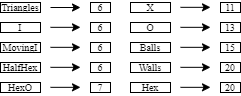
AdilovicUna/Space-run-AI keeps this draw.io diagram as Thesis/img/rot_values.png. Above is the earlier version. Source tidied: cells renumbered, new cells last; positions are measured from the earlier drawing's top-left corner, leaving out a move shared by most shapes.
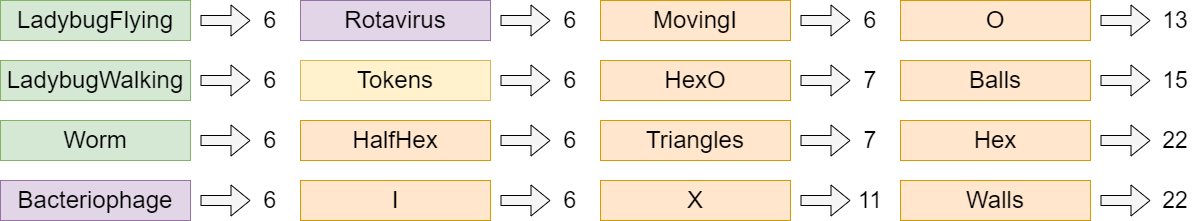
The same diagram one commit later.

What changed in the source:
```diff
@@ -2,140 +2,197 @@
   <root>
     <mxCell id="0" />
     <mxCell id="1" parent="0" />
+    <mxCell id="4" value="&lt;span style=&quot;font-size: 24px;&quot;&gt;HalfHex&lt;/span&gt;" style="rounded=0;whiteSpace=wrap;html=1;fillColor=#ffe6cc;strokeColor=#d79b00;" parent="1" vertex="1">
+      <mxGeometry x="-330" y="210" width="190" height="40" as="geometry" />
+    </mxCell>
+    <mxCell id="37" style="shape=flexArrow;endArrow=classic;html=1;rounded=0;fillColor=#f5f5f5;strokeColor=#000000;" parent="1" edge="1">
+      <mxGeometry relative="1" as="geometry">
+        <mxPoint x="-130" y="230" as="sourcePoint" />
+        <mxPoint x="-80" y="230" as="targetPoint" />
+      </mxGeometry>
+    </mxCell>
-    <mxCell id="2" value="I" style="rounded=0;whiteSpace=wrap;html=1;fontSize=10;fontFamily=Times New Roman;" parent="1" vertex="1">
-      <mxGeometry y="20" width="40" height="10" as="geometry" />
+    <mxCell id="2" value="&lt;span style=&quot;font-size: 24px;&quot;&gt;I&lt;/span&gt;" style="rounded=0;whiteSpace=wrap;html=1;fillColor=#ffe6cc;strokeColor=#d79b00;" parent="1" vertex="1">
+      <mxGeometry x="-330" y="270" width="190" height="40" as="geometry" />
     </mxCell>
+    <mxCell id="38" style="shape=flexArrow;endArrow=classic;html=1;rounded=0;fillColor=#f5f5f5;strokeColor=#000000;" parent="1" edge="1">
+      <mxGeometry relative="1" as="geometry">
+        <mxPoint x="-130" y="290" as="sourcePoint" />
+        <mxPoint x="-80" y="290" as="targetPoint" />
+      </mxGeometry>
+    </mxCell>
-    <mxCell id="3" value="MovingI" style="rounded=0;whiteSpace=wrap;html=1;fontSize=10;fontFamily=Times New Roman;" parent="1" vertex="1">
-      <mxGeometry y="40" width="40" height="10" as="geometry" />
+    <mxCell id="3" value="&lt;font style=&quot;font-size: 24px;&quot;&gt;MovingI&lt;/font&gt;" style="rounded=0;whiteSpace=wrap;html=1;fillColor=#ffe6cc;strokeColor=#d79b00;" parent="1" vertex="1">
+      <mxGeometry x="-30" y="90" width="190" height="40" as="geometry" />
     </mxCell>
-    <mxCell id="4" value="HalfHex" style="rounded=0;whiteSpace=wrap;html=1;fontSize=10;fontFamily=Times New Roman;" parent="1" vertex="1">
-      <mxGeometry y="60" width="40" height="10" as="geometry" />
-    </mxCell>
+    <mxCell id="39" style="shape=flexArrow;endArrow=classic;html=1;rounded=0;fillColor=#f5f5f5;strokeColor=#000000;" parent="1" edge="1">
+      <mxGeometry relative="1" as="geometry">
+        <mxPoint x="170" y="110" as="sourcePoint" />
+        <mxPoint x="220" y="110" as="targetPoint" />
+      </mxGeometry>
+    </mxCell>
-    <mxCell id="5" value="HexO" style="rounded=0;whiteSpace=wrap;html=1;fontSize=10;fontFamily=Times New Roman;" parent="1" vertex="1">
-      <mxGeometry y="80" width="40" height="10" as="geometry" />
+    <mxCell id="5" value="&lt;span style=&quot;font-size: 24px;&quot;&gt;HexO&lt;/span&gt;" style="rounded=0;whiteSpace=wrap;html=1;fillColor=#ffe6cc;strokeColor=#d79b00;" parent="1" vertex="1">
+      <mxGeometry x="-30" y="150" width="190" height="40" as="geometry" />
     </mxCell>
-    <mxCell id="6" value="X" style="rounded=0;whiteSpace=wrap;html=1;fontSize=10;fontFamily=Times New Roman;" parent="1" vertex="1">
-      <mxGeometry x="130" width="40" height="10" as="geometry" />
-    </mxCell>
-    <mxCell id="7" value="O" style="rounded=0;whiteSpace=wrap;html=1;fontSize=10;fontFamily=Times New Roman;" parent="1" vertex="1">
-      <mxGeometry x="130" y="20" width="40" height="10" as="geometry" />
-    </mxCell>
-    <mxCell id="8" value="Balls" style="rounded=0;whiteSpace=wrap;html=1;fontSize=10;fontFamily=Times New Roman;" parent="1" vertex="1">
-      <mxGeometry x="130" y="40" width="40" height="10" as="geometry" />
-    </mxCell>
-    <mxCell id="9" value="Walls" style="rounded=0;whiteSpace=wrap;html=1;fontSize=10;fontFamily=Times New Roman;" parent="1" vertex="1">
-      <mxGeometry x="130" y="60" width="40" height="10" as="geometry" />
-    </mxCell>
-    <mxCell id="10" value="Hex" style="rounded=0;whiteSpace=wrap;html=1;fontSize=10;fontFamily=Times New Roman;" parent="1" vertex="1">
-      <mxGeometry x="130" y="80" width="40" height="10" as="geometry" />
-    </mxCell>
+    <mxCell id="40" style="shape=flexArrow;endArrow=classic;html=1;rounded=0;fillColor=#f5f5f5;strokeColor=#000000;" parent="1" edge="1">
+      <mxGeometry relative="1" as="geometry">
+        <mxPoint x="170" y="170" as="sourcePoint" />
+        <mxPoint x="220" y="170" as="targetPoint" />
+      </mxGeometry>
+    </mxCell>
-    <mxCell id="11" value="Triangles" style="rounded=0;whiteSpace=wrap;html=1;fontSize=10;fontFamily=Times New Roman;" parent="1" vertex="1">
-      <mxGeometry width="40" height="10" as="geometry" />
+    <mxCell id="11" value="&lt;font style=&quot;font-size: 24px;&quot;&gt;Triangles&lt;/font&gt;" style="rounded=0;whiteSpace=wrap;html=1;fillColor=#ffe6cc;strokeColor=#d79b00;" parent="1" vertex="1">
+      <mxGeometry x="-30" y="210" width="190" height="40" as="geometry" />
     </mxCell>
-    <mxCell id="12" style="endArrow=classic;html=1;rounded=0;fontFamily=Times New Roman;fontSize=10;" parent="1" edge="1">
-      <mxGeometry relative="1" as="geometry">
-        <mxPoint x="50" y="5" as="sourcePoint" />
-        <mxPoint x="80" y="5" as="targetPoint" />
-      </mxGeometry>
-    </mxCell>
-    <mxCell id="13" style="endArrow=classic;html=1;rounded=0;fontFamily=Times New Roman;fontSize=10;" parent="1" edge="1">
-      <mxGeometry relative="1" as="geometry">
-        <mxPoint x="50" y="24.8" as="sourcePoint" />
-        <mxPoint x="80" y="24.8" as="targetPoint" />
-      </mxGeometry>
-    </mxCell>
-    <mxCell id="14" style="endArrow=classic;html=1;rounded=0;fontFamily=Times New Roman;fontSize=10;" parent="1" edge="1">
-      <mxGeometry relative="1" as="geometry">
-        <mxPoint x="50" y="44.8" as="sourcePoint" />
-        <mxPoint x="80" y="44.8" as="targetPoint" />
-      </mxGeometry>
-    </mxCell>
-    <mxCell id="15" style="endArrow=classic;html=1;rounded=0;fontFamily=Times New Roman;fontSize=10;" parent="1" edge="1">
-      <mxGeometry relative="1" as="geometry">
-        <mxPoint x="50" y="64.8" as="sourcePoint" />
-        <mxPoint x="80" y="64.8" as="targetPoint" />
-      </mxGeometry>
-    </mxCell>
-    <mxCell id="16" style="endArrow=classic;html=1;rounded=0;fontFamily=Times New Roman;fontSize=10;" parent="1" edge="1">
-      <mxGeometry relative="1" as="geometry">
-        <mxPoint x="50" y="84.8" as="sourcePoint" />
-        <mxPoint x="80" y="84.8" as="targetPoint" />
-      </mxGeometry>
-    </mxCell>
-    <mxCell id="17" style="endArrow=classic;html=1;rounded=0;fontFamily=Times New Roman;fontSize=10;" parent="1" edge="1">
-      <mxGeometry relative="1" as="geometry">
-        <mxPoint x="180" y="4.8" as="sourcePoint" />
-        <mxPoint x="210" y="4.8" as="targetPoint" />
-      </mxGeometry>
-    </mxCell>
-    <mxCell id="18" style="endArrow=classic;html=1;rounded=0;fontFamily=Times New Roman;fontSize=10;" parent="1" edge="1">
-      <mxGeometry relative="1" as="geometry">
-        <mxPoint x="180" y="24.8" as="sourcePoint" />
-        <mxPoint x="210" y="24.8" as="targetPoint" />
-      </mxGeometry>
-    </mxCell>
-    <mxCell id="19" style="endArrow=classic;html=1;rounded=0;fontFamily=Times New Roman;fontSize=10;" parent="1" edge="1">
-      <mxGeometry relative="1" as="geometry">
-        <mxPoint x="180" y="44.8" as="sourcePoint" />
-        <mxPoint x="210" y="44.8" as="targetPoint" />
-      </mxGeometry>
-    </mxCell>
-    <mxCell id="20" style="endArrow=classic;html=1;rounded=0;fontFamily=Times New Roman;fontSize=10;" parent="1" edge="1">
-      <mxGeometry relative="1" as="geometry">
-        <mxPoint x="180" y="64.8" as="sourcePoint" />
-        <mxPoint x="210" y="64.8" as="targetPoint" />
-      </mxGeometry>
-    </mxCell>
-    <mxCell id="21" style="endArrow=classic;html=1;rounded=0;fontFamily=Times New Roman;fontSize=10;" parent="1" edge="1">
-      <mxGeometry relative="1" as="geometry">
-        <mxPoint x="180" y="84.8" as="sourcePoint" />
-        <mxPoint x="210" y="84.8" as="targetPoint" />
-      </mxGeometry>
-    </mxCell>
-    <mxCell id="22" value="6" style="rounded=0;whiteSpace=wrap;html=1;fontSize=10;fontFamily=Times New Roman;" parent="1" vertex="1">
-      <mxGeometry x="90" y="20" width="20" height="10" as="geometry" />
-    </mxCell>
-    <mxCell id="23" value="6" style="rounded=0;whiteSpace=wrap;html=1;fontSize=10;fontFamily=Times New Roman;" parent="1" vertex="1">
-      <mxGeometry x="90" y="40" width="20" height="10" as="geometry" />
-    </mxCell>
-    <mxCell id="24" value="6" style="rounded=0;whiteSpace=wrap;html=1;fontSize=10;fontFamily=Times New Roman;" parent="1" vertex="1">
-      <mxGeometry x="90" y="60" width="20" height="10" as="geometry" />
-    </mxCell>
-    <mxCell id="25" value="7" style="rounded=0;whiteSpace=wrap;html=1;fontSize=10;fontFamily=Times New Roman;" parent="1" vertex="1">
-      <mxGeometry x="90" y="80" width="20" height="10" as="geometry" />
-    </mxCell>
+    <mxCell id="41" style="shape=flexArrow;endArrow=classic;html=1;rounded=0;fillColor=#f5f5f5;strokeColor=#000000;" parent="1" edge="1">
+      <mxGeometry relative="1" as="geometry">
+        <mxPoint x="170" y="230" as="sourcePoint" />
+        <mxPoint x="220" y="230" as="targetPoint" />
+      </mxGeometry>
+    </mxCell>
+    <mxCell id="42" value="&lt;font style=&quot;font-size: 24px;&quot;&gt;X&lt;/font&gt;" style="rounded=0;whiteSpace=wrap;html=1;fillColor=#ffe6cc;strokeColor=#d79b00;" parent="1" vertex="1">
+      <mxGeometry x="-30" y="270" width="190" height="40" as="geometry" />
+    </mxCell>
+    <mxCell id="43" style="shape=flexArrow;endArrow=classic;html=1;rounded=0;fillColor=#f5f5f5;strokeColor=#000000;" parent="1" edge="1">
+      <mxGeometry relative="1" as="geometry">
+        <mxPoint x="170" y="290" as="sourcePoint" />
+        <mxPoint x="220" y="290" as="targetPoint" />
+      </mxGeometry>
+    </mxCell>
+    <mxCell id="44" value="&lt;font style=&quot;font-size: 24px;&quot;&gt;O&lt;/font&gt;" style="rounded=0;whiteSpace=wrap;html=1;fillColor=#ffe6cc;strokeColor=#d79b00;" parent="1" vertex="1">
+      <mxGeometry x="270" y="90" width="190" height="40" as="geometry" />
+    </mxCell>
+    <mxCell id="45" style="shape=flexArrow;endArrow=classic;html=1;rounded=0;fillColor=#f5f5f5;strokeColor=#000000;" parent="1" edge="1">
+      <mxGeometry relative="1" as="geometry">
+        <mxPoint x="470" y="110" as="sourcePoint" />
+        <mxPoint x="520" y="110" as="targetPoint" />
+      </mxGeometry>
+    </mxCell>
+    <mxCell id="46" value="&lt;font style=&quot;font-size: 24px;&quot;&gt;Balls&lt;/font&gt;" style="rounded=0;whiteSpace=wrap;html=1;fillColor=#ffe6cc;strokeColor=#d79b00;" parent="1" vertex="1">
+      <mxGeometry x="270" y="150" width="190" height="40" as="geometry" />
+    </mxCell>
+    <mxCell id="47" style="shape=flexArrow;endArrow=classic;html=1;rounded=0;fillColor=#f5f5f5;strokeColor=#000000;" parent="1" edge="1">
+      <mxGeometry relative="1" as="geometry">
+        <mxPoint x="470" y="170" as="sourcePoint" />
+        <mxPoint x="520" y="170" as="targetPoint" />
+      </mxGeometry>
+    </mxCell>
+    <mxCell id="48" value="&lt;font style=&quot;font-size: 24px;&quot;&gt;Hex&lt;/font&gt;" style="rounded=0;whiteSpace=wrap;html=1;fillColor=#ffe6cc;strokeColor=#d79b00;" parent="1" vertex="1">
+      <mxGeometry x="270" y="210" width="190" height="40" as="geometry" />
+    </mxCell>
+    <mxCell id="49" style="shape=flexArrow;endArrow=classic;html=1;rounded=0;fillColor=#f5f5f5;strokeColor=#000000;" parent="1" edge="1">
+      <mxGeometry relative="1" as="geometry">
+        <mxPoint x="470" y="230" as="sourcePoint" />
+        <mxPoint x="520" y="230" as="targetPoint" />
+      </mxGeometry>
+    </mxCell>
+    <mxCell id="50" value="&lt;font style=&quot;font-size: 24px;&quot;&gt;Walls&lt;/font&gt;" style="rounded=0;whiteSpace=wrap;html=1;fillColor=#ffe6cc;strokeColor=#d79b00;" parent="1" vertex="1">
+      <mxGeometry x="270" y="270" width="190" height="40" as="geometry" />
+    </mxCell>
+    <mxCell id="51" style="shape=flexArrow;endArrow=classic;html=1;rounded=0;fillColor=#f5f5f5;strokeColor=#000000;" parent="1" edge="1">
+      <mxGeometry relative="1" as="geometry">
+        <mxPoint x="470" y="290" as="sourcePoint" />
+        <mxPoint x="520" y="290" as="targetPoint" />
+      </mxGeometry>
+    </mxCell>
+    <mxCell id="52" value="&lt;font style=&quot;font-size: 24px;&quot;&gt;LadybugFlying&lt;/font&gt;" style="rounded=0;whiteSpace=wrap;html=1;fillColor=#d5e8d4;strokeColor=#82b366;" parent="1" vertex="1">
+      <mxGeometry x="-630" y="90" width="190" height="40" as="geometry" />
+    </mxCell>
+    <mxCell id="53" style="shape=flexArrow;endArrow=classic;html=1;rounded=0;fillColor=#f5f5f5;strokeColor=#000000;" parent="1" edge="1">
+      <mxGeometry relative="1" as="geometry">
+        <mxPoint x="-430" y="110" as="sourcePoint" />
+        <mxPoint x="-380" y="110" as="targetPoint" />
+      </mxGeometry>
+    </mxCell>
+    <mxCell id="54" value="&lt;font style=&quot;font-size: 24px;&quot;&gt;LadybugWalking&lt;/font&gt;" style="rounded=0;whiteSpace=wrap;html=1;fillColor=#d5e8d4;strokeColor=#82b366;" parent="1" vertex="1">
+      <mxGeometry x="-630" y="150" width="190" height="40" as="geometry" />
+    </mxCell>
+    <mxCell id="55" style="shape=flexArrow;endArrow=classic;html=1;rounded=0;fillColor=#f5f5f5;strokeColor=#000000;" parent="1" edge="1">
+      <mxGeometry relative="1" as="geometry">
+        <mxPoint x="-430" y="170" as="sourcePoint" />
+        <mxPoint x="-380" y="170" as="targetPoint" />
+      </mxGeometry>
+    </mxCell>
+    <mxCell id="56" value="&lt;span style=&quot;font-size: 24px;&quot;&gt;Worm&lt;/span&gt;" style="rounded=0;whiteSpace=wrap;html=1;fillColor=#d5e8d4;strokeColor=#82b366;" parent="1" vertex="1">
+      <mxGeometry x="-630" y="210" width="190" height="40" as="geometry" />
+    </mxCell>
+    <mxCell id="57" style="shape=flexArrow;endArrow=classic;html=1;rounded=0;fillColor=#f5f5f5;strokeColor=#000000;" parent="1" edge="1">
+      <mxGeometry relative="1" as="geometry">
+        <mxPoint x="-430" y="230" as="sourcePoint" />
+        <mxPoint x="-380" y="230" as="targetPoint" />
+      </mxGeometry>
+    </mxCell>
+    <mxCell id="58" value="&lt;font style=&quot;font-size: 24px;&quot;&gt;Bacteriophage&lt;/font&gt;" style="rounded=0;whiteSpace=wrap;html=1;fillColor=#e1d5e7;strokeColor=#9673a6;" parent="1" vertex="1">
+      <mxGeometry x="-630" y="270" width="190" height="40" as="geometry" />
+    </mxCell>
+    <mxCell id="59" style="shape=flexArrow;endArrow=classic;html=1;rounded=0;fillColor=#f5f5f5;strokeColor=#000000;" parent="1" edge="1">
+      <mxGeometry relative="1" as="geometry">
+        <mxPoint x="-430" y="290" as="sourcePoint" />
+        <mxPoint x="-380" y="290" as="targetPoint" />
+      </mxGeometry>
+    </mxCell>
+    <mxCell id="60" value="&lt;font style=&quot;font-size: 24px;&quot;&gt;Rotavirus&lt;/font&gt;" style="rounded=0;whiteSpace=wrap;html=1;fillColor=#e1d5e7;strokeColor=#9673a6;" parent="1" vertex="1">
+      <mxGeometry x="-330" y="90" width="190" height="40" as="geometry" />
+    </mxCell>
+    <mxCell id="61" style="shape=flexArrow;endArrow=classic;html=1;rounded=0;fillColor=#f5f5f5;strokeColor=#000000;" parent="1" edge="1">
+      <mxGeometry relative="1" as="geometry">
+        <mxPoint x="-130" y="110" as="sourcePoint" />
+        <mxPoint x="-80" y="110" as="targetPoint" />
+      </mxGeometry>
+    </mxCell>
+    <mxCell id="62" value="&lt;font style=&quot;font-size: 24px;&quot;&gt;Tokens&lt;/font&gt;" style="rounded=0;whiteSpace=wrap;html=1;fillColor=#fff2cc;strokeColor=#d6b656;" parent="1" vertex="1">
+      <mxGeometry x="-330" y="150" width="190" height="40" as="geometry" />
+    </mxCell>
+    <mxCell id="63" style="shape=flexArrow;endArrow=classic;html=1;rounded=0;fillColor=#f5f5f5;strokeColor=#000000;" parent="1" edge="1">
+      <mxGeometry relative="1" as="geometry">
+        <mxPoint x="-130" y="170" as="sourcePoint" />
+        <mxPoint x="-80" y="170" as="targetPoint" />
+      </mxGeometry>
+    </mxCell>
+    <mxCell id="64" value="&lt;font style=&quot;font-size: 23px;&quot;&gt;6&lt;/font&gt;" style="text;html=1;strokeColor=none;fillColor=none;align=center;verticalAlign=middle;whiteSpace=wrap;rounded=0;" parent="1" vertex="1">
+      <mxGeometry x="-380" y="155" width="40" height="30" as="geometry" />
+    </mxCell>
+    <mxCell id="65" value="&lt;font style=&quot;font-size: 23px;&quot;&gt;6&lt;/font&gt;" style="text;html=1;strokeColor=none;fillColor=none;align=center;verticalAlign=middle;whiteSpace=wrap;rounded=0;" parent="1" vertex="1">
+      <mxGeometry x="-380" y="95" width="40" height="30" as="geometry" />
+    </mxCell>
+    <mxCell id="66" value="&lt;font style=&quot;font-size: 23px;&quot;&gt;6&lt;/font&gt;" style="text;html=1;strokeColor=none;fillColor=none;align=center;verticalAlign=middle;whiteSpace=wrap;rounded=0;" parent="1" vertex="1">
+      <mxGeometry x="-380" y="215" width="40" height="30" as="geometry" />
+    </mxCell>
+    <mxCell id="67" value="&lt;font style=&quot;font-size: 23px;&quot;&gt;6&lt;/font&gt;" style="text;html=1;strokeColor=none;fillColor=none;align=center;verticalAlign=middle;whiteSpace=wrap;rounded=0;" parent="1" vertex="1">
+      <mxGeometry x="-380" y="275" width="40" height="30" as="geometry" />
+    </mxCell>
+    <mxCell id="68" value="&lt;font style=&quot;font-size: 23px;&quot;&gt;6&lt;/font&gt;" style="text;html=1;strokeColor=none;fillColor=none;align=center;verticalAlign=middle;whiteSpace=wrap;rounded=0;" parent="1" vertex="1">
+      <mxGeometry x="-80" y="155" width="40" height="30" as="geometry" />
+    </mxCell>
+    <mxCell id="69" value="&lt;font style=&quot;font-size: 23px;&quot;&gt;6&lt;/font&gt;" style="text;html=1;strokeColor=none;fillColor=none;align=center;verticalAlign=middle;whiteSpace=wrap;rounded=0;" parent="1" vertex="1">
+      <mxGeometry x="-80" y="95" width="40" height="30" as="geometry" />
+    </mxCell>
+    <mxCell id="70" value="&lt;font style=&quot;font-size: 23px;&quot;&gt;6&lt;/font&gt;" style="text;html=1;strokeColor=none;fillColor=none;align=center;verticalAlign=middle;whiteSpace=wrap;rounded=0;" parent="1" vertex="1">
+      <mxGeometry x="-80" y="215" width="40" height="30" as="geometry" />
+    </mxCell>
+    <mxCell id="71" value="&lt;font style=&quot;font-size: 23px;&quot;&gt;6&lt;/font&gt;" style="text;html=1;strokeColor=none;fillColor=none;align=center;verticalAlign=middle;whiteSpace=wrap;rounded=0;" parent="1" vertex="1">
+      <mxGeometry x="-80" y="275" width="40" height="30" as="geometry" />
+    </mxCell>
+    <mxCell id="72" value="&lt;font style=&quot;font-size: 23px;&quot;&gt;7&lt;/font&gt;" style="text;html=1;strokeColor=none;fillColor=none;align=center;verticalAlign=middle;whiteSpace=wrap;rounded=0;" parent="1" vertex="1">
+      <mxGeometry x="220" y="155" width="40" height="30" as="geometry" />
+    </mxCell>
+    <mxCell id="73" value="&lt;font style=&quot;font-size: 23px;&quot;&gt;6&lt;/font&gt;" style="text;html=1;strokeColor=none;fillColor=none;align=center;verticalAlign=middle;whiteSpace=wrap;rounded=0;" parent="1" vertex="1">
+      <mxGeometry x="220" y="95" width="40" height="30" as="geometry" />
+    </mxCell>
+    <mxCell id="74" value="&lt;font style=&quot;font-size: 23px;&quot;&gt;7&lt;/font&gt;" style="text;html=1;strokeColor=none;fillColor=none;align=center;verticalAlign=middle;whiteSpace=wrap;rounded=0;" parent="1" vertex="1">
+      <mxGeometry x="220" y="215" width="40" height="30" as="geometry" />
+    </mxCell>
-    <mxCell id="26" value="11" style="rounded=0;whiteSpace=wrap;html=1;fontSize=10;fontFamily=Times New Roman;" parent="1" vertex="1">
-      <mxGeometry x="220" width="20" height="10" as="geometry" />
+    <mxCell id="26" value="&lt;span style=&quot;font-size: 23px;&quot;&gt;11&lt;/span&gt;" style="text;html=1;strokeColor=none;fillColor=none;align=center;verticalAlign=middle;whiteSpace=wrap;rounded=0;" parent="1" vertex="1">
+      <mxGeometry x="220" y="275" width="40" height="30" as="geometry" />
     </mxCell>
+    <mxCell id="28" value="&lt;font style=&quot;font-size: 23px;&quot;&gt;15&lt;/font&gt;" style="text;html=1;strokeColor=none;fillColor=none;align=center;verticalAlign=middle;whiteSpace=wrap;rounded=0;" parent="1" vertex="1">
+      <mxGeometry x="525" y="155" width="40" height="30" as="geometry" />
+    </mxCell>
-    <mxCell id="27" value="13" style="rounded=0;whiteSpace=wrap;html=1;fontSize=10;fontFamily=Times New Roman;" parent="1" vertex="1">
-      <mxGeometry x="220" y="20" width="20" height="10" as="geometry" />
+    <mxCell id="27" value="&lt;font style=&quot;font-size: 23px;&quot;&gt;13&lt;/font&gt;" style="text;html=1;strokeColor=none;fillColor=none;align=center;verticalAlign=middle;whiteSpace=wrap;rounded=0;" parent="1" vertex="1">
+      <mxGeometry x="525" y="95" width="40" height="30" as="geometry" />
     </mxCell>
-    <mxCell id="28" value="15" style="rounded=0;whiteSpace=wrap;html=1;fontSize=10;fontFamily=Times New Roman;" parent="1" vertex="1">
-      <mxGeometry x="220" y="40" width="20" height="10" as="geometry" />
-    </mxCell>
-    <mxCell id="29" value="20" style="rounded=0;whiteSpace=wrap;html=1;fontSize=10;fontFamily=Times New Roman;" parent="1" vertex="1">
-      <mxGeometry x="220" y="60" width="20" height="10" as="geometry" />
-    </mxCell>
-    <mxCell id="30" value="20" style="rounded=0;whiteSpace=wrap;html=1;fontSize=10;fontFamily=Times New Roman;" parent="1" vertex="1">
-      <mxGeometry x="220" y="80" width="20" height="10" as="geometry" />
-    </mxCell>
-    <mxCell id="31" value="6" style="rounded=0;whiteSpace=wrap;html=1;fontSize=10;fontFamily=Times New Roman;" parent="1" vertex="1">
-      <mxGeometry x="90" width="20" height="10" as="geometry" />
-    </mxCell>
-    <mxCell id="32" value="X" style="rounded=0;whiteSpace=wrap;html=1;fontSize=10;fontFamily=Times New Roman;" parent="1" vertex="1">
-      <mxGeometry x="130" width="40" height="10" as="geometry" />
-    </mxCell>
-    <mxCell id="33" value="O" style="rounded=0;whiteSpace=wrap;html=1;fontSize=10;fontFamily=Times New Roman;" parent="1" vertex="1">
-      <mxGeometry x="130" y="20" width="40" height="10" as="geometry" />
-    </mxCell>
-    <mxCell id="34" value="Balls" style="rounded=0;whiteSpace=wrap;html=1;fontSize=10;fontFamily=Times New Roman;" parent="1" vertex="1">
-      <mxGeometry x="130" y="40" width="40" height="10" as="geometry" />
-    </mxCell>
-    <mxCell id="35" value="Walls" style="rounded=0;whiteSpace=wrap;html=1;fontSize=10;fontFamily=Times New Roman;" parent="1" vertex="1">
-      <mxGeometry x="130" y="60" width="40" height="10" as="geometry" />
-    </mxCell>
-    <mxCell id="36" value="Hex" style="rounded=0;whiteSpace=wrap;html=1;fontSize=10;fontFamily=Times New Roman;" parent="1" vertex="1">
-      <mxGeometry x="130" y="80" width="40" height="10" as="geometry" />
-    </mxCell>
+    <mxCell id="75" value="&lt;font style=&quot;font-size: 23px;&quot;&gt;22&lt;/font&gt;" style="text;html=1;strokeColor=none;fillColor=none;align=center;verticalAlign=middle;whiteSpace=wrap;rounded=0;" parent="1" vertex="1">
+      <mxGeometry x="525" y="215" width="40" height="30" as="geometry" />
+    </mxCell>
+    <mxCell id="76" value="&lt;span style=&quot;font-size: 23px;&quot;&gt;22&lt;/span&gt;" style="text;html=1;strokeColor=none;fillColor=none;align=center;verticalAlign=middle;whiteSpace=wrap;rounded=0;" parent="1" vertex="1">
+      <mxGeometry x="525" y="275" width="40" height="30" as="geometry" />
+    </mxCell>
   </root>
 </mxGraphModel>
```
